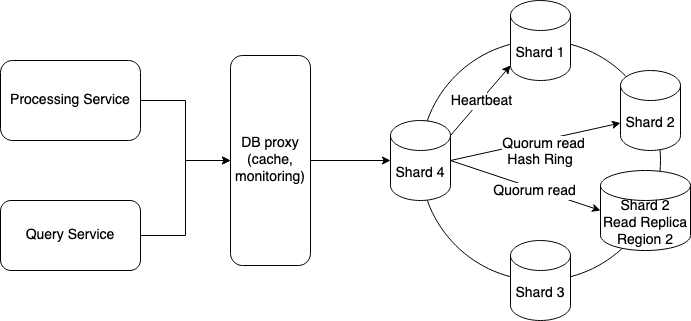
Before: systemdesign/assets/NoSql.png, a diagram exported from draw.io (Danny7226/LearningSummary). Source tidied: cells renumbered, new cells last; positions are measured from the earlier drawing's top-left corner, leaving out a move shared by most shapes. Its diagram source:
```xml
<mxGraphModel>
  <root>
    <mxCell id="0" />
    <mxCell id="1" parent="0" />
    <mxCell id="2" value="Hash Ring" style="ellipse;whiteSpace=wrap;html=1;" parent="1" vertex="1">
      <mxGeometry x="420" y="40" width="240" height="240" as="geometry" />
    </mxCell>
    <mxCell id="3" value="Shard 1" style="shape=cylinder3;whiteSpace=wrap;html=1;boundedLbl=1;backgroundOutline=1;size=15;" parent="1" vertex="1">
      <mxGeometry x="510" width="60" height="80" as="geometry" />
    </mxCell>
    <mxCell id="4" value="Shard 2" style="shape=cylinder3;whiteSpace=wrap;html=1;boundedLbl=1;backgroundOutline=1;size=15;" parent="1" vertex="1">
      <mxGeometry x="620" y="70" width="60" height="80" as="geometry" />
    </mxCell>
    <mxCell id="5" value="Shard 3" style="shape=cylinder3;whiteSpace=wrap;html=1;boundedLbl=1;backgroundOutline=1;size=15;" parent="1" vertex="1">
      <mxGeometry x="510" y="240" width="60" height="80" as="geometry" />
    </mxCell>
    <mxCell id="6" value="Shard 4" style="shape=cylinder3;whiteSpace=wrap;html=1;boundedLbl=1;backgroundOutline=1;size=15;" parent="1" vertex="1">
      <mxGeometry x="390" y="120" width="60" height="80" as="geometry" />
    </mxCell>
    <mxCell id="7" style="edgeStyle=orthogonalEdgeStyle;rounded=0;jettySize=auto;html=1;entryX=0;entryY=0.5;entryDx=0;entryDy=0;" parent="1" edge="1" source="8" target="14">
      <mxGeometry relative="1" as="geometry" />
    </mxCell>
    <mxCell id="8" value="Processing Service" style="rounded=1;whiteSpace=wrap;html=1;" parent="1" vertex="1">
      <mxGeometry y="60" width="140" height="80" as="geometry" />
    </mxCell>
    <mxCell id="9" style="edgeStyle=orthogonalEdgeStyle;rounded=0;jettySize=auto;html=1;entryX=0;entryY=0.5;entryDx=0;entryDy=0;" parent="1" edge="1" source="10" target="14">
      <mxGeometry relative="1" as="geometry" />
    </mxCell>
    <mxCell id="10" value="Query Service" style="rounded=1;whiteSpace=wrap;html=1;" parent="1" vertex="1">
      <mxGeometry y="200" width="140" height="70" as="geometry" />
    </mxCell>
    <mxCell id="11" value="&lt;div&gt;Shard 2&lt;/div&gt;&lt;div&gt;Read Replica&lt;/div&gt;&lt;div&gt;Region 2&lt;br&gt;&lt;/div&gt;" style="shape=cylinder3;whiteSpace=wrap;html=1;boundedLbl=1;backgroundOutline=1;size=15;" parent="1" vertex="1">
      <mxGeometry x="600" y="170" width="90" height="80" as="geometry" />
    </mxCell>
    <mxCell id="12" style="endArrow=classic;html=1;rounded=0;exitX=1;exitY=0;exitDx=0;exitDy=15;exitPerimeter=0;entryX=0;entryY=1;entryDx=0;entryDy=-15;entryPerimeter=0;" parent="1" edge="1" source="6" target="3">
      <mxGeometry relative="1" as="geometry" />
    </mxCell>
    <mxCell id="13" value="Heartbeat" style="edgeLabel;html=1;align=center;verticalAlign=middle;" parent="12" vertex="1">
      <mxGeometry x="-0.37" y="-2" relative="1" as="geometry">
        <mxPoint x="10" y="-14" as="offset" />
      </mxGeometry>
    </mxCell>
    <mxCell id="14" value="&lt;div&gt;DB proxy&lt;/div&gt;&lt;div&gt;(cache, monitoring)&lt;br&gt;&lt;/div&gt;" style="rounded=1;whiteSpace=wrap;html=1;" parent="1" vertex="1">
      <mxGeometry x="230" y="55" width="80" height="210" as="geometry" />
    </mxCell>
    <mxCell id="15" style="edgeStyle=orthogonalEdgeStyle;rounded=0;jettySize=auto;html=1;entryX=0;entryY=0.5;entryDx=0;entryDy=0;entryPerimeter=0;" parent="1" edge="1" source="14" target="6">
      <mxGeometry relative="1" as="geometry" />
    </mxCell>
    <mxCell id="16" style="endArrow=classic;html=1;rounded=0;exitX=1;exitY=0.5;exitDx=0;exitDy=0;exitPerimeter=0;entryX=0;entryY=0;entryDx=0;entryDy=52.5;entryPerimeter=0;" parent="1" edge="1" source="6" target="4">
      <mxGeometry relative="1" as="geometry" />
    </mxCell>
    <mxCell id="17" value="Quorum read" style="edgeLabel;html=1;align=center;verticalAlign=middle;" parent="16" vertex="1">
      <mxGeometry x="0.08" y="-4" relative="1" as="geometry" />
    </mxCell>
    <mxCell id="18" style="endArrow=classic;html=1;rounded=0;exitX=1;exitY=0.5;exitDx=0;exitDy=0;exitPerimeter=0;entryX=0;entryY=0.5;entryDx=0;entryDy=0;entryPerimeter=0;" parent="1" edge="1" source="6" target="11">
      <mxGeometry relative="1" as="geometry" />
    </mxCell>
    <mxCell id="19" value="Quorum read" style="edgeLabel;html=1;align=center;verticalAlign=middle;" parent="18" vertex="1">
      <mxGeometry x="0.13" y="-2" relative="1" as="geometry" />
    </mxCell>
  </root>
</mxGraphModel>
```
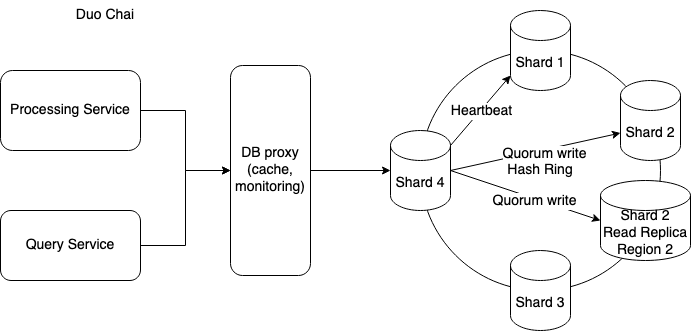
After the commit.

Diff of the diagram source:
```diff
@@ -49,14 +49,19 @@
     <mxCell id="16" style="endArrow=classic;html=1;rounded=0;exitX=1;exitY=0.5;exitDx=0;exitDy=0;exitPerimeter=0;entryX=0;entryY=0;entryDx=0;entryDy=52.5;entryPerimeter=0;" parent="1" edge="1" source="6" target="4">
       <mxGeometry relative="1" as="geometry" />
     </mxCell>
-    <mxCell id="17" value="Quorum read" style="edgeLabel;html=1;align=center;verticalAlign=middle;" parent="16" vertex="1">
-      <mxGeometry x="0.08" y="-4" relative="1" as="geometry" />
+    <mxCell id="17" value="Quorum write" style="edgeLabel;html=1;align=center;verticalAlign=middle;" parent="16" vertex="1">
+      <mxGeometry x="0.08" y="-4" relative="1" as="geometry">
+        <mxPoint x="1" as="offset" />
+      </mxGeometry>
     </mxCell>
     <mxCell id="18" style="endArrow=classic;html=1;rounded=0;exitX=1;exitY=0.5;exitDx=0;exitDy=0;exitPerimeter=0;entryX=0;entryY=0.5;entryDx=0;entryDy=0;entryPerimeter=0;" parent="1" edge="1" source="6" target="11">
       <mxGeometry relative="1" as="geometry" />
     </mxCell>
-    <mxCell id="19" value="Quorum read" style="edgeLabel;html=1;align=center;verticalAlign=middle;" parent="18" vertex="1">
+    <mxCell id="19" value="Quorum write" style="edgeLabel;html=1;align=center;verticalAlign=middle;" parent="18" vertex="1">
       <mxGeometry x="0.13" y="-2" relative="1" as="geometry" />
     </mxCell>
+    <mxCell id="20" value="Duo Chai" style="text;html=1;strokeColor=none;fillColor=none;align=center;verticalAlign=middle;whiteSpace=wrap;rounded=0;" parent="1" vertex="1">
+      <mxGeometry x="70" y="-10" width="70" height="30" as="geometry" />
+    </mxCell>
   </root>
 </mxGraphModel>
```
